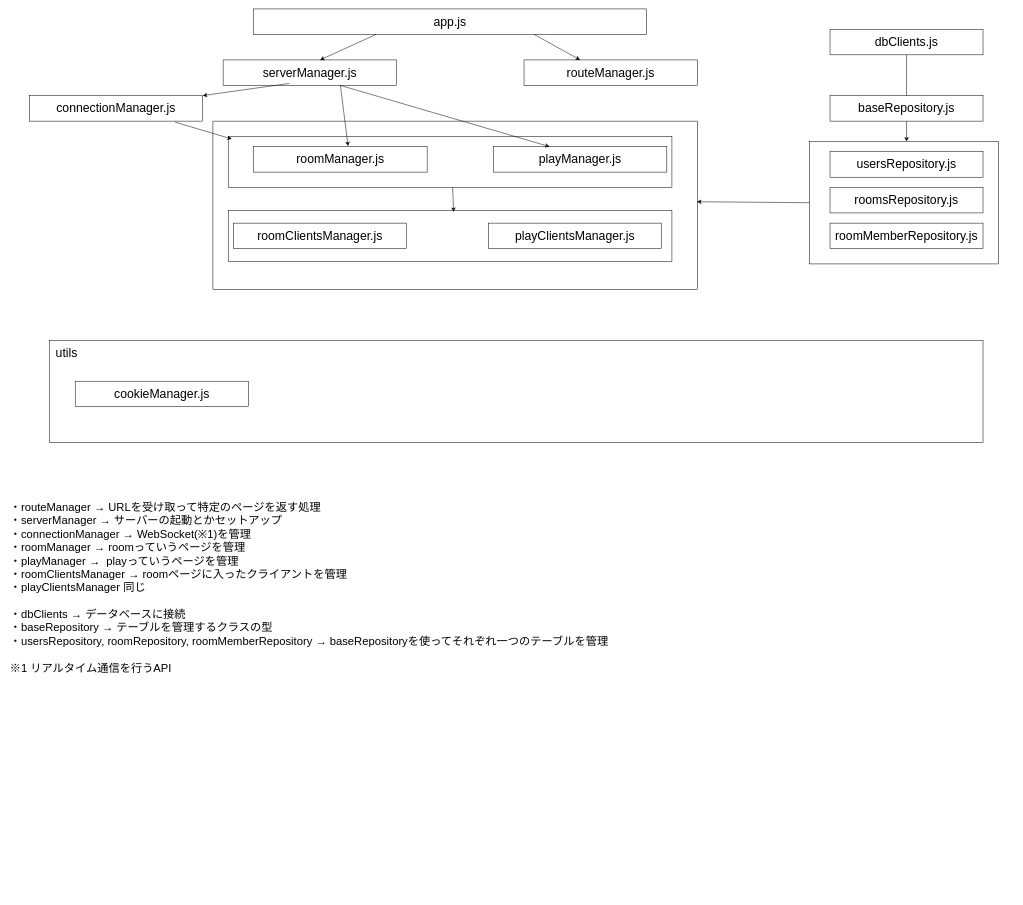
This is プログラム.drawio from kyougi-kai/Mahjongrammer, a draw.io file, before an edit. Source tidied: cells renumbered, new cells numbered last; positions are measured from the earlier drawing's top-left corner, leaving out a move shared by most shapes. Both pictures are drawn from the tidied source at 51%, with x=0, y=0 at pixel (9, 9).
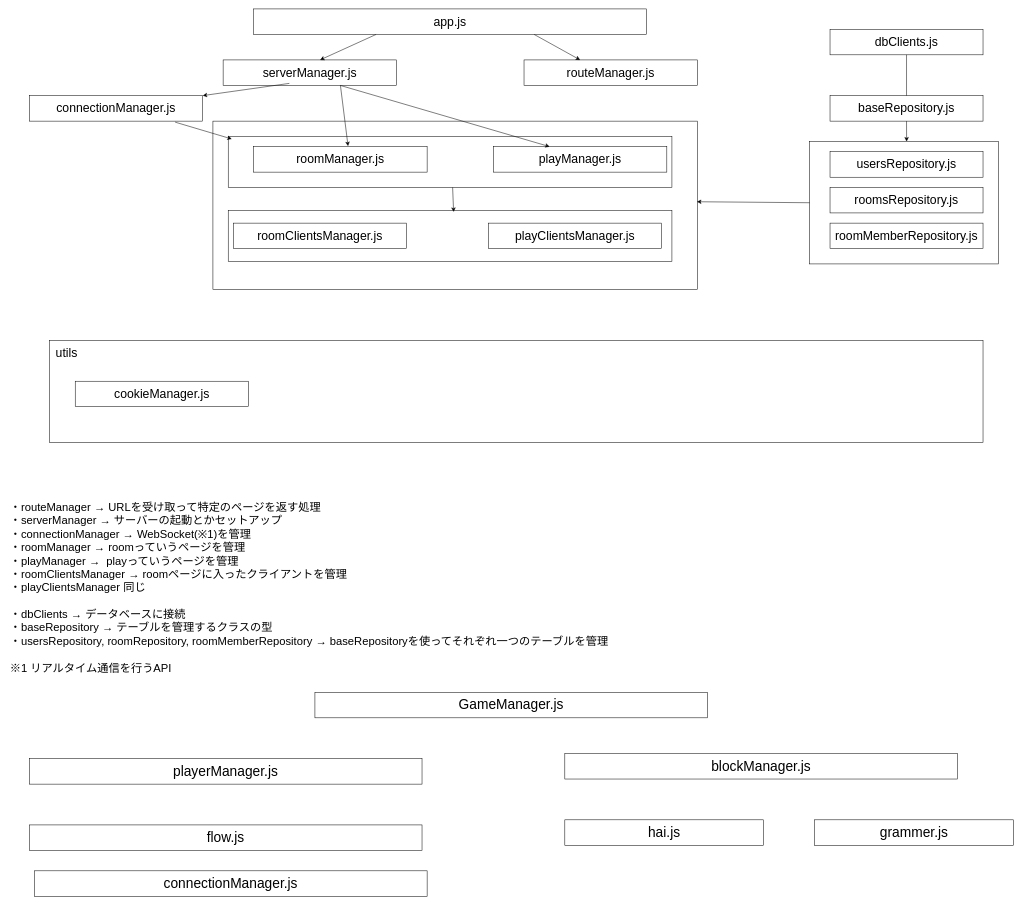
The same page after the edit.

Diff of the diagram source:
```diff
@@
+    <mxCell id="33" value="&lt;font style=&quot;font-size: 27px;&quot;&gt;GameManager.js&lt;/font&gt;" style="rounded=0;whiteSpace=wrap;html=1;" parent="1" vertex="1">
+      <mxGeometry x="600" y="1340" width="770" height="50" as="geometry" />
+    </mxCell>
+    <mxCell id="34" value="&lt;font style=&quot;font-size: 27px;&quot;&gt;playerManager.js&lt;/font&gt;" style="rounded=0;whiteSpace=wrap;html=1;" parent="1" vertex="1">
+      <mxGeometry x="40" y="1470" width="770" height="50" as="geometry" />
+    </mxCell>
+    <mxCell id="35" value="&lt;font style=&quot;font-size: 27px;&quot;&gt;blockManager.js&lt;/font&gt;" style="rounded=0;whiteSpace=wrap;html=1;" parent="1" vertex="1">
+      <mxGeometry x="1090" y="1460" width="770" height="50" as="geometry" />
+    </mxCell>
+    <mxCell id="36" value="&lt;font style=&quot;font-size: 27px;&quot;&gt;hai.js&lt;/font&gt;" style="rounded=0;whiteSpace=wrap;html=1;" parent="1" vertex="1">
+      <mxGeometry x="1090" y="1590" width="390" height="50" as="geometry" />
+    </mxCell>
+    <mxCell id="37" value="&lt;font style=&quot;font-size: 27px;&quot;&gt;grammer.js&lt;/font&gt;" style="rounded=0;whiteSpace=wrap;html=1;" parent="1" vertex="1">
+      <mxGeometry x="1580" y="1590" width="390" height="50" as="geometry" />
+    </mxCell>
+    <mxCell id="38" value="&lt;font style=&quot;font-size: 27px;&quot;&gt;flow.js&lt;/font&gt;" style="rounded=0;whiteSpace=wrap;html=1;" parent="1" vertex="1">
+      <mxGeometry x="40" y="1600" width="770" height="50" as="geometry" />
+    </mxCell>
+    <mxCell id="39" value="&lt;font style=&quot;font-size: 27px;&quot;&gt;connectionManager.js&lt;/font&gt;" style="rounded=0;whiteSpace=wrap;html=1;" parent="1" vertex="1">
+      <mxGeometry x="50" y="1690" width="770" height="50" as="geometry" />
+    </mxCell>
```
